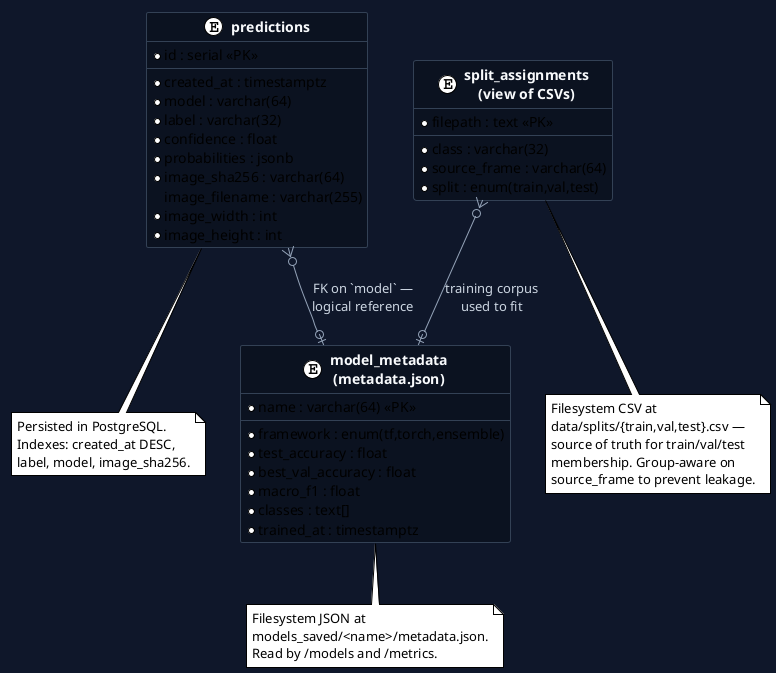
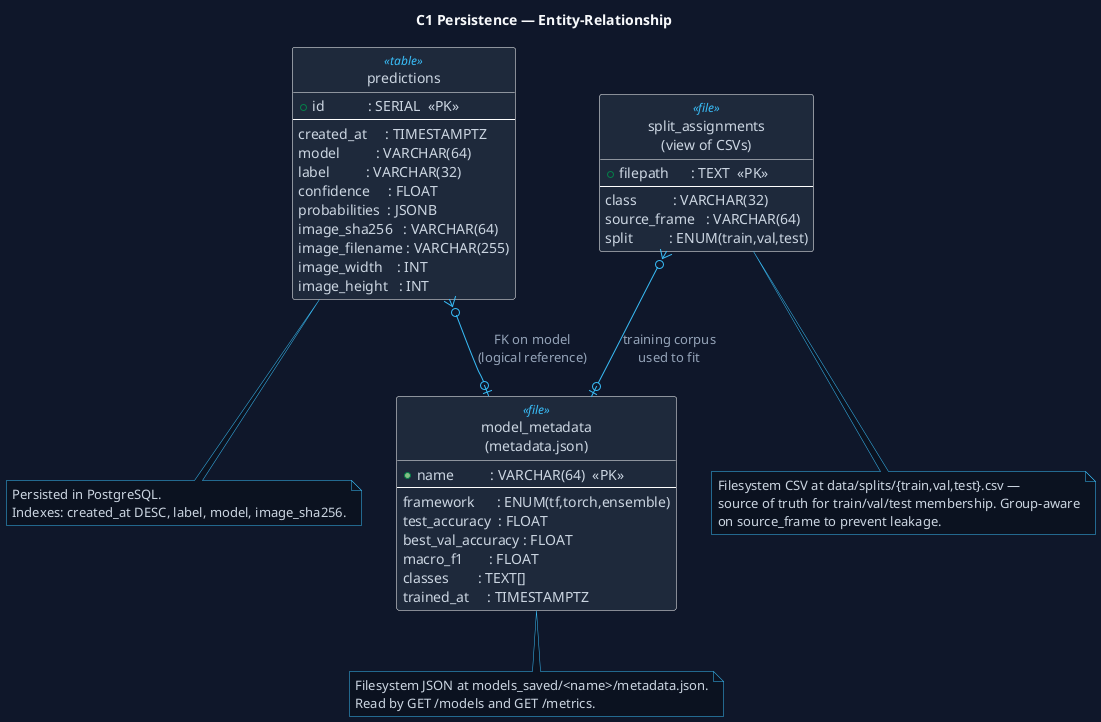
- @startuml
- !theme plain
+ @startuml 02_er_diagram
+ ' Figure 2 — Entity-Relationship Diagram
+ ' Persistence layer:  predictions (Postgres) + split_assignments (CSV) + model_metadata (JSON)
+ 
skinparam backgroundColor #0F172A
skinparam shadowing false
- skinparam classFontColor #F8FAFC
- skinparam classFontStyle bold
- skinparam classHeaderBackgroundColor #1E293B
- skinparam classBackgroundColor #0B1220
- skinparam classBorderColor #334155
- skinparam ArrowColor #94A3B8
- skinparam ArrowFontColor #CBD5E1
+ skinparam defaultFontName "Fira Sans"
+ skinparam defaultFontColor #F8FAFC
+ 
+ skinparam class {
+   BorderColor rgba(148,163,184,0.30)
+   BackgroundColor #1E293B
+   ArrowColor #38BDF8
+   FontColor #F8FAFC
+   AttributeFontColor #CBD5E1
+   AttributeFontName "Fira Code"
+   StereotypeFontColor #38BDF8
+ }
skinparam stereotypeCBackgroundColor #38BDF8
+ skinparam noteFontColor #CBD5E1
+ skinparam noteFontName "Fira Code"
+ skinparam noteBackgroundColor #0B1220
+ skinparam noteBorderColor #38BDF8
+ skinparam ArrowFontColor #94A3B8
+ skinparam ArrowFontName "Fira Code"

- entity "predictions" as P {
-   *id : serial <<PK>>
+ hide circle
+ hide methods
+ 
+ title C1 Persistence — Entity-Relationship
+ 
+ entity "predictions" as P <<table>> {
+   + id            : SERIAL  <<PK>>
  --
-   *created_at : timestamptz
-   *model : varchar(64)
-   *label : varchar(32)
-   *confidence : float
-   *probabilities : jsonb
-   *image_sha256 : varchar(64)
-    image_filename : varchar(255)
-   *image_width : int
-   *image_height : int
+     created_at     : TIMESTAMPTZ
+     model          : VARCHAR(64)
+     label          : VARCHAR(32)
+     confidence     : FLOAT
+     probabilities  : JSONB
+     image_sha256   : VARCHAR(64)
+     image_filename : VARCHAR(255)
+     image_width    : INT
+     image_height   : INT
}

- entity "split_assignments\n(view of CSVs)" as S {
-   *filepath : text <<PK>>
+ entity "split_assignments\n(view of CSVs)" as S <<file>> {
+   + filepath      : TEXT  <<PK>>
  --
-   *class : varchar(32)
-   *source_frame : varchar(64)
-   *split : enum(train,val,test)
+     class          : VARCHAR(32)
+     source_frame   : VARCHAR(64)
+     split          : ENUM(train,val,test)
}

- entity "model_metadata\n(metadata.json)" as M {
-   *name : varchar(64) <<PK>>
+ entity "model_metadata\n(metadata.json)" as M <<file>> {
+   + name          : VARCHAR(64)  <<PK>>
  --
-   *framework : enum(tf,torch,ensemble)
-   *test_accuracy : float
-   *best_val_accuracy : float
-   *macro_f1 : float
-   *classes : text[]
-   *trained_at : timestamptz
+     framework      : ENUM(tf,torch,ensemble)
+     test_accuracy  : FLOAT
+     best_val_accuracy : FLOAT
+     macro_f1       : FLOAT
+     classes        : TEXT[]
+     trained_at     : TIMESTAMPTZ
}

- P }o--o| M : "FK on `model` —\nlogical reference"
+ P }o--o| M : "FK on model\n(logical reference)"
S }o--o| M : "training corpus\nused to fit"

note bottom of P
  Persisted in PostgreSQL.
-   Indexes: created_at DESC,
-   label, model, image_sha256.
+   Indexes: created_at DESC, label, model, image_sha256.
end note

note bottom of S
-   Filesystem CSV at
-   data/splits/{train,val,test}.csv —
-   source of truth for train/val/test
-   membership. Group-aware on
-   source_frame to prevent leakage.
+   Filesystem CSV at data/splits/{train,val,test}.csv —
+   source of truth for train/val/test membership. Group-aware
+   on source_frame to prevent leakage.
end note

note bottom of M
-   Filesystem JSON at
-   models_saved/<name>/metadata.json.
-   Read by /models and /metrics.
+   Filesystem JSON at models_saved/<name>/metadata.json.
+   Read by GET /models and GET /metrics.
end note

@enduml
